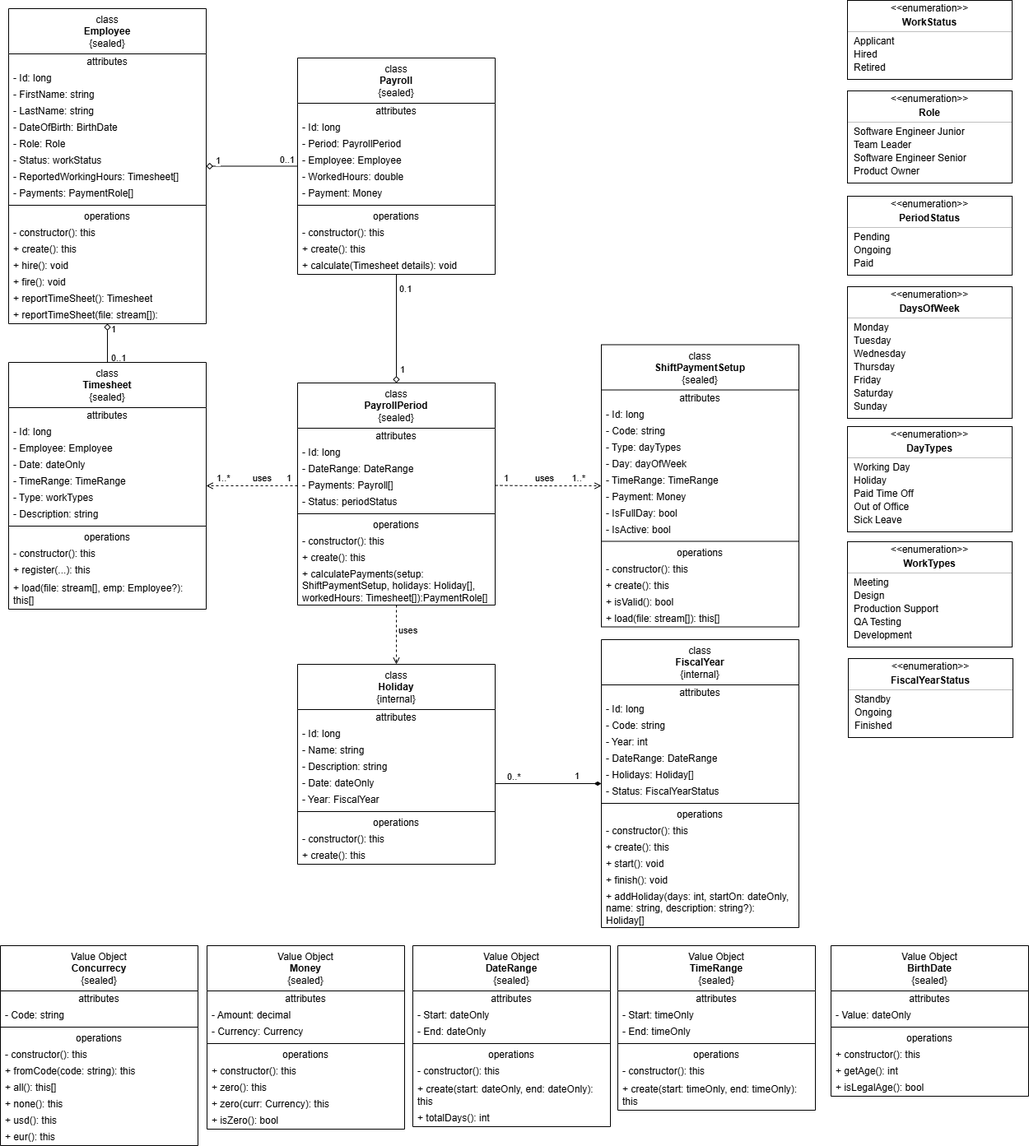
Earlier version of the draw.io export docs/images/domain-model.png (rsmacias/PaymentCalculator). Source tidied: cells renumbered, new cells last; positions are measured from the earlier drawing's top-left corner, leaving out a move shared by most shapes.
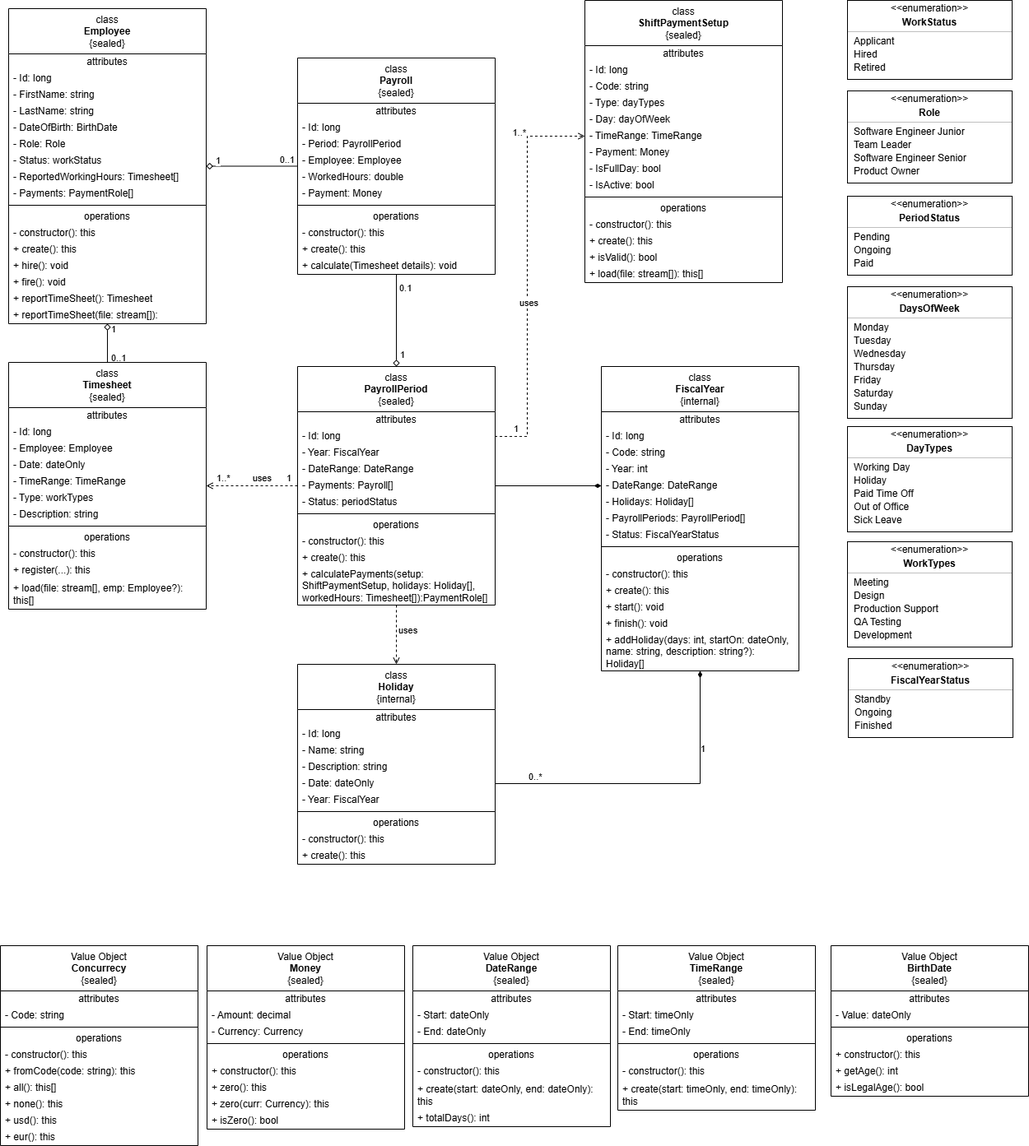
After the commit.

Commit message:
refactor(domain): added a relationship between Payroll and PayrollPeriod.

The edit, as a diff of the source:
```diff
@@ -141,7 +141,7 @@
       <mxGeometry y="243" width="240" height="20" as="geometry" />
     </mxCell>
     <mxCell id="48" value="class&lt;br&gt;&lt;b&gt;ShiftPaymentSetup&lt;/b&gt;&lt;br&gt;{sealed}" style="swimlane;fontStyle=0;align=center;verticalAlign=top;horizontal=1;startSize=55;html=1;whiteSpace=wrap;" parent="1" vertex="1">
-      <mxGeometry x="730" y="418.5" width="240" height="343" as="geometry" />
+      <mxGeometry x="710" width="240" height="343" as="geometry" />
     </mxCell>
     <mxCell id="49" value="attributes" style="text;html=1;strokeColor=none;fillColor=none;align=center;verticalAlign=middle;spacingLeft=4;spacingRight=4;overflow=hidden;whiteSpace=wrap;" parent="48" vertex="1">
       <mxGeometry y="55" width="240" height="20" as="geometry" />
@@ -318,7 +318,7 @@
       <mxGeometry x="-0.16" y="1" relative="1" as="geometry" />
     </mxCell>
     <mxCell id="107" value="class&lt;br&gt;&lt;b&gt;PayrollPeriod&lt;/b&gt;&lt;br&gt;{sealed}" style="swimlane;fontStyle=0;align=center;verticalAlign=top;horizontal=1;startSize=55;html=1;whiteSpace=wrap;" parent="1" vertex="1">
-      <mxGeometry x="361" y="465" width="240" height="270" as="geometry" />
+      <mxGeometry x="361" y="445" width="240" height="290" as="geometry" />
     </mxCell>
     <mxCell id="108" value="attributes" style="text;html=1;strokeColor=none;fillColor=none;align=center;verticalAlign=middle;spacingLeft=4;spacingRight=4;overflow=hidden;whiteSpace=wrap;" parent="107" vertex="1">
       <mxGeometry y="55" width="240" height="20" as="geometry" />
@@ -326,29 +326,32 @@
     <mxCell id="109" value="- Id: long" style="text;html=1;strokeColor=none;fillColor=none;align=left;verticalAlign=middle;spacingLeft=4;spacingRight=4;overflow=hidden;whiteSpace=wrap;" parent="107" vertex="1">
       <mxGeometry y="75" width="240" height="20" as="geometry" />
     </mxCell>
-    <mxCell id="110" value="- DateRange: DateRange" style="text;html=1;strokeColor=none;fillColor=none;align=left;verticalAlign=middle;spacingLeft=4;spacingRight=4;overflow=hidden;whiteSpace=wrap;" parent="107" vertex="1">
+    <mxCell id="110" value="- Year: FiscalYear" style="text;html=1;strokeColor=none;fillColor=none;align=left;verticalAlign=middle;spacingLeft=4;spacingRight=4;overflow=hidden;whiteSpace=wrap;" parent="107" vertex="1">
       <mxGeometry y="95" width="240" height="20" as="geometry" />
     </mxCell>
+    <mxCell id="231" value="- DateRange: DateRange" style="text;html=1;strokeColor=none;fillColor=none;align=left;verticalAlign=middle;spacingLeft=4;spacingRight=4;overflow=hidden;whiteSpace=wrap;" parent="107" vertex="1">
+      <mxGeometry y="115" width="240" height="20" as="geometry" />
+    </mxCell>
     <mxCell id="111" value="- Payments: Payroll[]" style="text;html=1;strokeColor=none;fillColor=none;align=left;verticalAlign=middle;spacingLeft=4;spacingRight=4;overflow=hidden;points=[[0,0.5],[1,0.5]];portConstraint=eastwest;whiteSpace=wrap;" parent="107" vertex="1">
-      <mxGeometry y="115" width="240" height="20" as="geometry" />
+      <mxGeometry y="135" width="240" height="20" as="geometry" />
     </mxCell>
     <mxCell id="112" value="- Status: periodStatus" style="text;html=1;strokeColor=none;fillColor=none;align=left;verticalAlign=middle;spacingLeft=4;spacingRight=4;overflow=hidden;whiteSpace=wrap;" parent="107" vertex="1">
-      <mxGeometry y="135" width="240" height="20" as="geometry" />
+      <mxGeometry y="155" width="240" height="20" as="geometry" />
     </mxCell>
     <mxCell id="113" style="line;strokeWidth=1;fillColor=none;align=left;verticalAlign=middle;spacingTop=-1;spacingLeft=3;spacingRight=3;labelPosition=right;" parent="107" vertex="1">
-      <mxGeometry y="155" width="240" height="8" as="geometry" />
+      <mxGeometry y="175" width="240" height="8" as="geometry" />
     </mxCell>
     <mxCell id="114" value="operations" style="text;html=1;strokeColor=none;fillColor=none;align=center;verticalAlign=middle;spacingLeft=4;spacingRight=4;overflow=hidden;whiteSpace=wrap;" parent="107" vertex="1">
-      <mxGeometry y="163" width="240" height="20" as="geometry" />
+      <mxGeometry y="183" width="240" height="20" as="geometry" />
     </mxCell>
     <mxCell id="115" value="- constructor(): this" style="text;html=1;strokeColor=none;fillColor=none;align=left;verticalAlign=middle;spacingLeft=4;spacingRight=4;overflow=hidden;whiteSpace=wrap;" parent="107" vertex="1">
-      <mxGeometry y="183" width="240" height="20" as="geometry" />
+      <mxGeometry y="203" width="240" height="20" as="geometry" />
     </mxCell>
     <mxCell id="116" value="+ create(): this" style="text;html=1;strokeColor=none;fillColor=none;align=left;verticalAlign=middle;spacingLeft=4;spacingRight=4;overflow=hidden;whiteSpace=wrap;" parent="107" vertex="1">
-      <mxGeometry y="203" width="240" height="20" as="geometry" />
+      <mxGeometry y="223" width="240" height="20" as="geometry" />
     </mxCell>
     <mxCell id="117" value="+ calculatePayments&lt;span style=&quot;background-color: transparent; color: light-dark(rgb(0, 0, 0), rgb(255, 255, 255));&quot;&gt;(setup: ShiftPaymentSetup, holidays: Holiday[], workedHours: Timesheet[]):&lt;/span&gt;&lt;span style=&quot;background-color: transparent; color: light-dark(rgb(0, 0, 0), rgb(255, 255, 255));&quot;&gt;PaymentRole[]&lt;/span&gt;" style="text;html=1;strokeColor=none;fillColor=none;align=left;verticalAlign=middle;spacingLeft=4;spacingRight=4;overflow=hidden;whiteSpace=wrap;" parent="107" vertex="1">
-      <mxGeometry y="223" width="240" height="47" as="geometry" />
+      <mxGeometry y="243" width="240" height="47" as="geometry" />
     </mxCell>
     <mxCell id="118" style="fontStyle=1;align=center;verticalAlign=middle;horizontal=1;" parent="1" vertex="1">
       <mxGeometry x="1029" y="238" width="200" height="96" as="geometry" />
@@ -398,9 +401,13 @@
     <mxCell id="133" style="html=1;align=left;spacing=0;spacingLeft=8;verticalAlign=middle;strokeColor=none;fillColor=none;whiteSpace=wrap;" parent="126" vertex="1">
       <mxGeometry y="90" width="200" height="6" as="geometry" />
     </mxCell>
-    <mxCell id="134" style="edgeStyle=orthogonalEdgeStyle;rounded=0;jettySize=auto;html=1;endArrow=open;endFill=0;dashed=1;exitX=1;exitY=0.5;exitDx=0;exitDy=0;" parent="1" edge="1" target="48">
+    <mxCell id="134" style="edgeStyle=orthogonalEdgeStyle;rounded=0;jettySize=auto;html=1;endArrow=open;endFill=0;dashed=1;exitX=1;exitY=0.25;exitDx=0;exitDy=0;entryX=0;entryY=0.5;entryDx=0;entryDy=0;" parent="1" edge="1" source="107" target="54">
       <mxGeometry relative="1" as="geometry">
-        <mxPoint x="601" y="589.6" as="sourcePoint" />
+        <Array as="points">
+          <mxPoint x="601" y="530" />
+          <mxPoint x="640" y="530" />
+          <mxPoint x="640" y="165" />
+        </Array>
       </mxGeometry>
     </mxCell>
     <mxCell id="135" value="uses" style="edgeLabel;html=1;align=center;verticalAlign=middle;" parent="134" vertex="1">
@@ -524,7 +531,7 @@
       <mxGeometry x="0.8" relative="1" as="geometry" />
     </mxCell>
     <mxCell id="173" value="class&lt;br&gt;&lt;b&gt;FiscalYear&lt;/b&gt;&lt;br&gt;{internal}" style="swimlane;fontStyle=0;align=center;verticalAlign=top;horizontal=1;startSize=55;html=1;whiteSpace=wrap;" parent="1" vertex="1">
-      <mxGeometry x="730" y="777" width="240" height="350" as="geometry" />
+      <mxGeometry x="730" y="445" width="240" height="370" as="geometry" />
     </mxCell>
     <mxCell id="174" value="attributes" style="text;html=1;strokeColor=none;fillColor=none;align=center;verticalAlign=middle;spacingLeft=4;spacingRight=4;overflow=hidden;whiteSpace=wrap;" parent="173" vertex="1">
       <mxGeometry y="55" width="240" height="20" as="geometry" />
@@ -544,29 +551,32 @@
     <mxCell id="179" value="- Holidays: Holiday[]" style="text;html=1;strokeColor=none;fillColor=none;align=left;verticalAlign=middle;spacingLeft=4;spacingRight=4;overflow=hidden;whiteSpace=wrap;" parent="173" vertex="1">
       <mxGeometry y="155" width="240" height="20" as="geometry" />
     </mxCell>
+    <mxCell id="232" value="- PayrollPeriods: PayrollPeriod[]" style="text;html=1;strokeColor=none;fillColor=none;align=left;verticalAlign=middle;spacingLeft=4;spacingRight=4;overflow=hidden;whiteSpace=wrap;" parent="173" vertex="1">
+      <mxGeometry y="175" width="240" height="20" as="geometry" />
+    </mxCell>
     <mxCell id="180" value="- Status: FiscalYearStatus" style="text;html=1;strokeColor=none;fillColor=none;align=left;verticalAlign=middle;spacingLeft=4;spacingRight=4;overflow=hidden;whiteSpace=wrap;" parent="173" vertex="1">
-      <mxGeometry y="175" width="240" height="20" as="geometry" />
+      <mxGeometry y="195" width="240" height="20" as="geometry" />
     </mxCell>
     <mxCell id="181" style="line;strokeWidth=1;fillColor=none;align=left;verticalAlign=middle;spacingTop=-1;spacingLeft=3;spacingRight=3;labelPosition=right;" parent="173" vertex="1">
-      <mxGeometry y="195" width="240" height="8" as="geometry" />
+      <mxGeometry y="215" width="240" height="8" as="geometry" />
     </mxCell>
     <mxCell id="182" value="operations" style="text;html=1;strokeColor=none;fillColor=none;align=center;verticalAlign=middle;spacingLeft=4;spacingRight=4;overflow=hidden;whiteSpace=wrap;" parent="173" vertex="1">
-      <mxGeometry y="203" width="240" height="20" as="geometry" />
+      <mxGeometry y="223" width="240" height="20" as="geometry" />
     </mxCell>
     <mxCell id="183" value="- constructor(): this" style="text;html=1;strokeColor=none;fillColor=none;align=left;verticalAlign=middle;spacingLeft=4;spacingRight=4;overflow=hidden;whiteSpace=wrap;" parent="173" vertex="1">
-      <mxGeometry y="223" width="240" height="20" as="geometry" />
+      <mxGeometry y="243" width="240" height="20" as="geometry" />
     </mxCell>
     <mxCell id="184" value="+ create(): this" style="text;html=1;strokeColor=none;fillColor=none;align=left;verticalAlign=middle;spacingLeft=4;spacingRight=4;overflow=hidden;whiteSpace=wrap;" parent="173" vertex="1">
-      <mxGeometry y="243" width="240" height="20" as="geometry" />
+      <mxGeometry y="263" width="240" height="20" as="geometry" />
     </mxCell>
     <mxCell id="185" value="+ start(): void" style="text;html=1;strokeColor=none;fillColor=none;align=left;verticalAlign=middle;spacingLeft=4;spacingRight=4;overflow=hidden;whiteSpace=wrap;" parent="173" vertex="1">
-      <mxGeometry y="263" width="240" height="20" as="geometry" />
+      <mxGeometry y="283" width="240" height="20" as="geometry" />
     </mxCell>
     <mxCell id="186" value="+ finish(): void" style="text;html=1;strokeColor=none;fillColor=none;align=left;verticalAlign=middle;spacingLeft=4;spacingRight=4;overflow=hidden;whiteSpace=wrap;" parent="173" vertex="1">
-      <mxGeometry y="283" width="240" height="20" as="geometry" />
+      <mxGeometry y="303" width="240" height="20" as="geometry" />
     </mxCell>
     <mxCell id="187" value="+ addHoliday(days: int, startOn: dateOnly, name: string, description: string?): Holiday[]" style="text;html=1;strokeColor=none;fillColor=none;align=left;verticalAlign=middle;spacingLeft=4;spacingRight=4;overflow=hidden;whiteSpace=wrap;" parent="173" vertex="1">
-      <mxGeometry y="303" width="240" height="47" as="geometry" />
+      <mxGeometry y="323" width="240" height="47" as="geometry" />
     </mxCell>
     <mxCell id="188" value="Value Object&lt;br&gt;&lt;b&gt;Money&lt;/b&gt;&lt;br&gt;{sealed}" style="swimlane;fontStyle=0;align=center;verticalAlign=top;horizontal=1;startSize=55;html=1;whiteSpace=wrap;" parent="1" vertex="1">
       <mxGeometry x="251" y="1149" width="240" height="223" as="geometry" />
@@ -697,5 +707,8 @@
     <mxCell id="230" style="html=1;align=left;spacing=0;spacingLeft=8;verticalAlign=middle;strokeColor=none;fillColor=none;whiteSpace=wrap;" parent="223" vertex="1">
       <mxGeometry y="90" width="200" height="6" as="geometry" />
     </mxCell>
+    <mxCell id="233" style="edgeStyle=orthogonalEdgeStyle;rounded=0;jettySize=auto;html=1;endArrow=none;startFill=1;startArrow=diamondThin;" parent="1" edge="1" source="178" target="107">
+      <mxGeometry relative="1" as="geometry" />
+    </mxCell>
   </root>
 </mxGraphModel>
```
